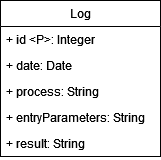
The draw.io diagram diagrams/conceptual-diagram-log.drawio.png in danielpilot/event-database, before a commit. Source tidied: cells renumbered, new cells last; positions are measured from the earlier drawing's top-left corner, leaving out a move shared by most shapes. Its diagram source:
```xml
<mxGraphModel>
  <root>
    <mxCell id="0" />
    <mxCell id="1" parent="0" />
    <mxCell id="2" value="Log" style="swimlane;fontStyle=0;horizontal=1;startSize=26;fillColor=none;whiteSpace=wrap;html=1;" parent="1" vertex="1">
      <mxGeometry width="160" height="156" as="geometry" />
    </mxCell>
    <mxCell id="3" value="+ id &amp;lt;P&amp;gt;: Integer" style="text;strokeColor=none;fillColor=none;align=left;verticalAlign=top;spacingLeft=4;spacingRight=4;overflow=hidden;whiteSpace=wrap;html=1;" parent="2" vertex="1">
      <mxGeometry y="26" width="160" height="26" as="geometry" />
    </mxCell>
    <mxCell id="4" value="+ date: Date" style="text;strokeColor=none;fillColor=none;align=left;verticalAlign=top;spacingLeft=4;spacingRight=4;overflow=hidden;points=[[0,0.5],[1,0.5]];portConstraint=eastwest;whiteSpace=wrap;html=1;" parent="2" vertex="1">
      <mxGeometry y="52" width="160" height="26" as="geometry" />
    </mxCell>
    <mxCell id="5" value="+ process: String" style="text;strokeColor=none;fillColor=none;align=left;verticalAlign=top;spacingLeft=4;spacingRight=4;overflow=hidden;whiteSpace=wrap;html=1;" parent="2" vertex="1">
      <mxGeometry y="78" width="160" height="26" as="geometry" />
    </mxCell>
    <mxCell id="6" value="+ entryParameters: String" style="text;strokeColor=none;fillColor=none;align=left;verticalAlign=top;spacingLeft=4;spacingRight=4;overflow=hidden;whiteSpace=wrap;html=1;" parent="2" vertex="1">
      <mxGeometry y="104" width="160" height="26" as="geometry" />
    </mxCell>
    <mxCell id="7" value="+ result: String" style="text;strokeColor=none;fillColor=none;align=left;verticalAlign=top;spacingLeft=4;spacingRight=4;overflow=hidden;whiteSpace=wrap;html=1;" parent="2" vertex="1">
      <mxGeometry y="130" width="160" height="26" as="geometry" />
    </mxCell>
  </root>
</mxGraphModel>
```
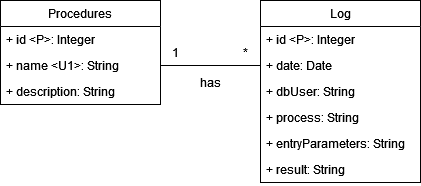
The same file after the commit.

Commit message:
Add procedures and dbUser to image

Change to the diagram source:
```diff
@@ -3,7 +3,7 @@
     <mxCell id="0" />
     <mxCell id="1" parent="0" />
     <mxCell id="2" value="Log" style="swimlane;fontStyle=0;horizontal=1;startSize=26;fillColor=none;whiteSpace=wrap;html=1;" parent="1" vertex="1">
-      <mxGeometry width="160" height="156" as="geometry" />
+      <mxGeometry width="160" height="182" as="geometry" />
     </mxCell>
     <mxCell id="3" value="+ id &amp;lt;P&amp;gt;: Integer" style="text;strokeColor=none;fillColor=none;align=left;verticalAlign=top;spacingLeft=4;spacingRight=4;overflow=hidden;whiteSpace=wrap;html=1;" parent="2" vertex="1">
       <mxGeometry y="26" width="160" height="26" as="geometry" />
@@ -11,14 +11,41 @@
     <mxCell id="4" value="+ date: Date" style="text;strokeColor=none;fillColor=none;align=left;verticalAlign=top;spacingLeft=4;spacingRight=4;overflow=hidden;points=[[0,0.5],[1,0.5]];portConstraint=eastwest;whiteSpace=wrap;html=1;" parent="2" vertex="1">
       <mxGeometry y="52" width="160" height="26" as="geometry" />
     </mxCell>
+    <mxCell id="8" value="+ dbUser: String" style="text;strokeColor=none;fillColor=none;align=left;verticalAlign=top;spacingLeft=4;spacingRight=4;overflow=hidden;whiteSpace=wrap;html=1;" parent="2" vertex="1">
+      <mxGeometry y="78" width="160" height="26" as="geometry" />
+    </mxCell>
     <mxCell id="5" value="+ process: String" style="text;strokeColor=none;fillColor=none;align=left;verticalAlign=top;spacingLeft=4;spacingRight=4;overflow=hidden;whiteSpace=wrap;html=1;" parent="2" vertex="1">
-      <mxGeometry y="78" width="160" height="26" as="geometry" />
+      <mxGeometry y="104" width="160" height="26" as="geometry" />
     </mxCell>
     <mxCell id="6" value="+ entryParameters: String" style="text;strokeColor=none;fillColor=none;align=left;verticalAlign=top;spacingLeft=4;spacingRight=4;overflow=hidden;whiteSpace=wrap;html=1;" parent="2" vertex="1">
-      <mxGeometry y="104" width="160" height="26" as="geometry" />
+      <mxGeometry y="130" width="160" height="26" as="geometry" />
     </mxCell>
     <mxCell id="7" value="+ result: String" style="text;strokeColor=none;fillColor=none;align=left;verticalAlign=top;spacingLeft=4;spacingRight=4;overflow=hidden;whiteSpace=wrap;html=1;" parent="2" vertex="1">
-      <mxGeometry y="130" width="160" height="26" as="geometry" />
+      <mxGeometry y="156" width="160" height="26" as="geometry" />
     </mxCell>
+    <mxCell id="9" value="Procedures" style="swimlane;fontStyle=0;horizontal=1;startSize=26;fillColor=none;whiteSpace=wrap;html=1;" parent="1" vertex="1">
+      <mxGeometry x="-260" width="160" height="104" as="geometry" />
+    </mxCell>
+    <mxCell id="10" value="+ id &amp;lt;P&amp;gt;: Integer" style="text;strokeColor=none;fillColor=none;align=left;verticalAlign=top;spacingLeft=4;spacingRight=4;overflow=hidden;whiteSpace=wrap;html=1;" parent="9" vertex="1">
+      <mxGeometry y="26" width="160" height="26" as="geometry" />
+    </mxCell>
+    <mxCell id="11" value="+ name &amp;lt;U1&amp;gt;: String" style="text;strokeColor=none;fillColor=none;align=left;verticalAlign=top;spacingLeft=4;spacingRight=4;overflow=hidden;points=[[0,0.5],[1,0.5]];portConstraint=eastwest;whiteSpace=wrap;html=1;" parent="9" vertex="1">
+      <mxGeometry y="52" width="160" height="26" as="geometry" />
+    </mxCell>
+    <mxCell id="12" value="+ description: String" style="text;strokeColor=none;fillColor=none;align=left;verticalAlign=top;spacingLeft=4;spacingRight=4;overflow=hidden;whiteSpace=wrap;html=1;" parent="9" vertex="1">
+      <mxGeometry y="78" width="160" height="26" as="geometry" />
+    </mxCell>
+    <mxCell id="13" style="endArrow=none;html=1;rounded=0;entryX=0;entryY=0.5;entryDx=0;entryDy=0;exitX=1;exitY=0.5;exitDx=0;exitDy=0;" parent="1" edge="1" source="11" target="4">
+      <mxGeometry relative="1" as="geometry" />
+    </mxCell>
+    <mxCell id="14" value="1" style="text;html=1;align=center;verticalAlign=middle;strokeColor=none;fillColor=none;" parent="1" vertex="1">
+      <mxGeometry x="-100" y="37" width="30" height="30" as="geometry" />
+    </mxCell>
+    <mxCell id="15" value="*" style="text;html=1;align=center;verticalAlign=middle;strokeColor=none;fillColor=none;" parent="1" vertex="1">
+      <mxGeometry x="-30" y="37" width="30" height="30" as="geometry" />
+    </mxCell>
+    <mxCell id="16" value="has" style="text;html=1;align=center;verticalAlign=middle;strokeColor=none;fillColor=none;" parent="1" vertex="1">
+      <mxGeometry x="-70" y="67" width="40" height="30" as="geometry" />
+    </mxCell>
   </root>
 </mxGraphModel>
```
